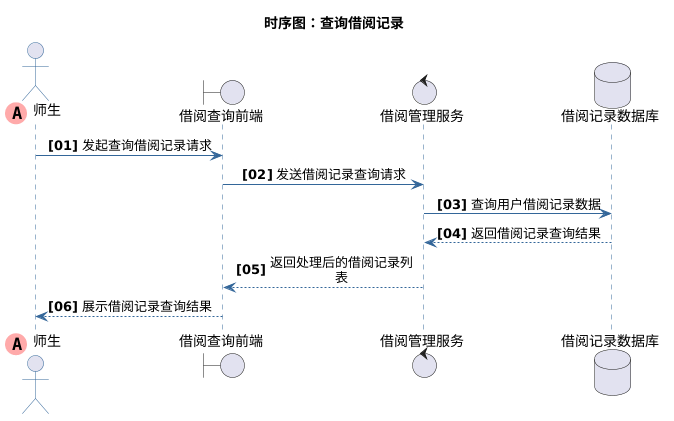
Before: output/library_UML/sequence_diagrams/查询借阅记录.png, a diagram exported from PlantUML (Sunday17/UML-LLM). Its diagram source:
```plantuml
@startuml
title 时序图：查询借阅记录
skinparam maxMessageSize 150
skinparam sequenceMessageAlign center
autonumber "<b>[00]"

skinparam sequence {
    ArrowColor #336699
    ActorBorderColor #336699
    LifeLineBorderColor #336699
    LifeLineBackgroundColor #E2E8F0

    ParticipantBorderColor #336699
    ParticipantBackgroundColor #EBF4FA
    ParticipantFontColor #333333
    ParticipantFontSize 14

    DatabaseBorderColor #336699
    DatabaseBackgroundColor #EBF4FA
    DatabaseFontColor #333333

    BoundaryBorderColor #336699
    BoundaryBackgroundColor #EBF4FA

    ControlBorderColor #336699
    ControlBackgroundColor #EBF4FA
}




actor "师生" << (A,#FFAAAA) >> order 0





boundary "借阅查询前端"





control "借阅管理服务"





database "借阅记录数据库"








"师生" -> "借阅查询前端" : 发起查询借阅记录请求



"借阅查询前端" -> "借阅管理服务" : 发送借阅记录查询请求



"借阅管理服务" -> "借阅记录数据库" : 查询用户借阅记录数据



"借阅记录数据库" --> "借阅管理服务" : 返回借阅记录查询结果



"借阅管理服务" --> "借阅查询前端" : 返回处理后的借阅记录列表



"借阅查询前端" --> "师生" : 展示借阅记录查询结果
@enduml
```
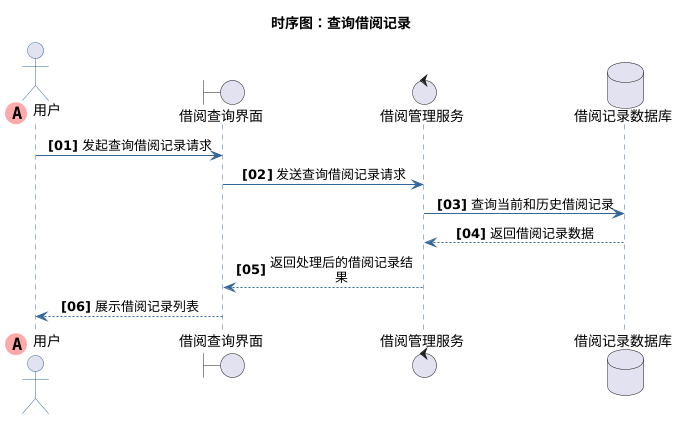
Above is the later version.

Diff of the diagram source:
```diff
@@ -29,13 +29,13 @@
 
 
 
-actor "师生" << (A,#FFAAAA) >> order 0
+actor "用户" << (A,#FFAAAA) >> order 0
 
 
 
 
 
-boundary "借阅查询前端"
+boundary "借阅查询界面"
 
 
 
@@ -56,25 +56,25 @@
 
 
 
-"师生" -> "借阅查询前端" : 发起查询借阅记录请求
+"用户" -> "借阅查询界面" : 发起查询借阅记录请求
 
 
 
-"借阅查询前端" -> "借阅管理服务" : 发送借阅记录查询请求
+"借阅查询界面" -> "借阅管理服务" : 发送查询借阅记录请求
 
 
 
-"借阅管理服务" -> "借阅记录数据库" : 查询用户借阅记录数据
+"借阅管理服务" -> "借阅记录数据库" : 查询当前和历史借阅记录
 
 
 
-"借阅记录数据库" --> "借阅管理服务" : 返回借阅记录查询结果
+"借阅记录数据库" --> "借阅管理服务" : 返回借阅记录数据
 
 
 
-"借阅管理服务" --> "借阅查询前端" : 返回处理后的借阅记录列表
+"借阅管理服务" --> "借阅查询界面" : 返回处理后的借阅记录结果
 
 
 
-"借阅查询前端" --> "师生" : 展示借阅记录查询结果
+"借阅查询界面" --> "用户" : 展示借阅记录列表
 @enduml
```
